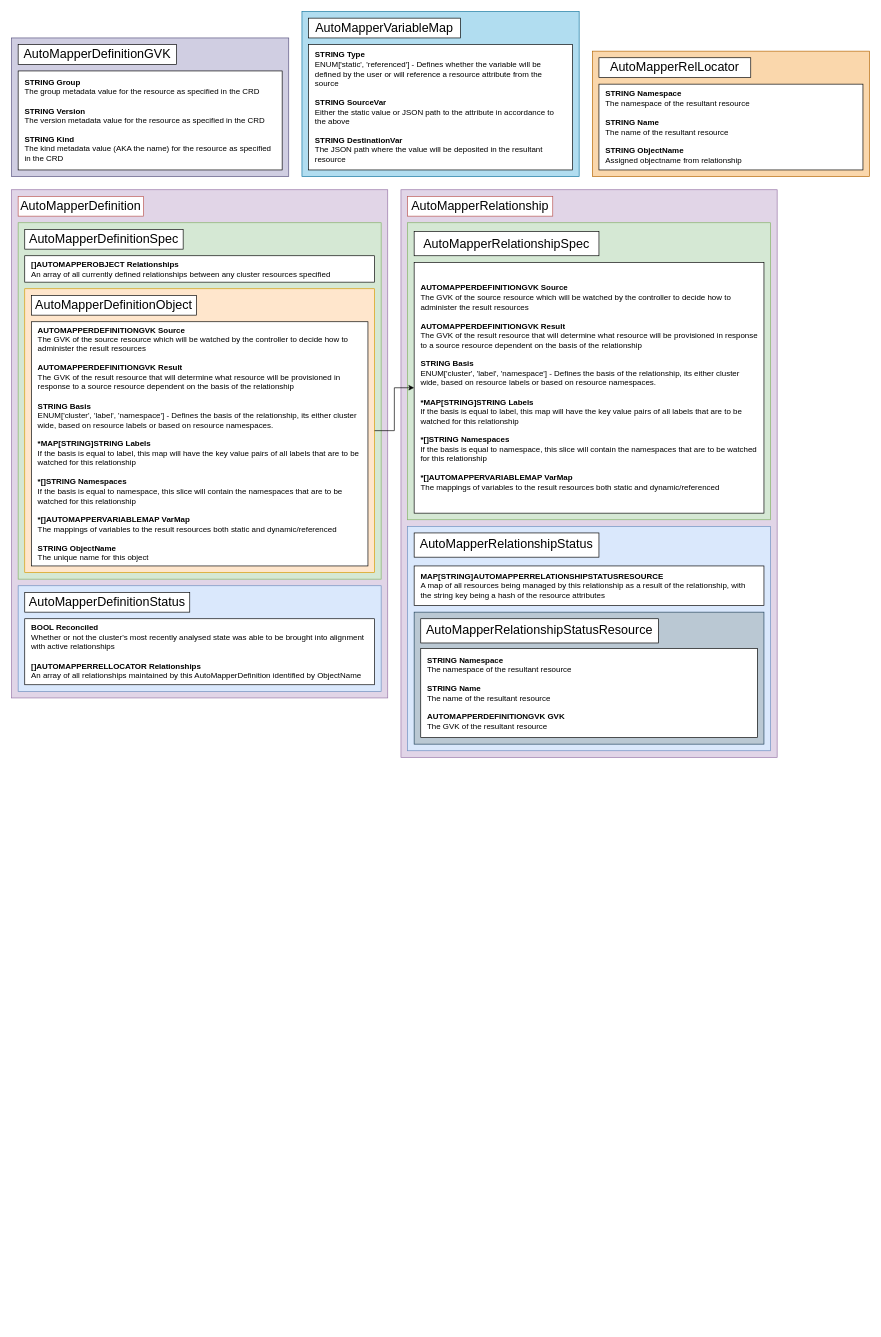
Earlier version of the draw.io diagram lazy/lazyOperator.drawio (DanielTardelli/lazyOperator). Source tidied: cells renumbered, new cells numbered last; positions are measured from the earlier drawing's top-left corner, leaving out a move shared by most shapes. Both pictures are drawn from the tidied source at 66%, with x=0, y=0 at pixel (11, 11).
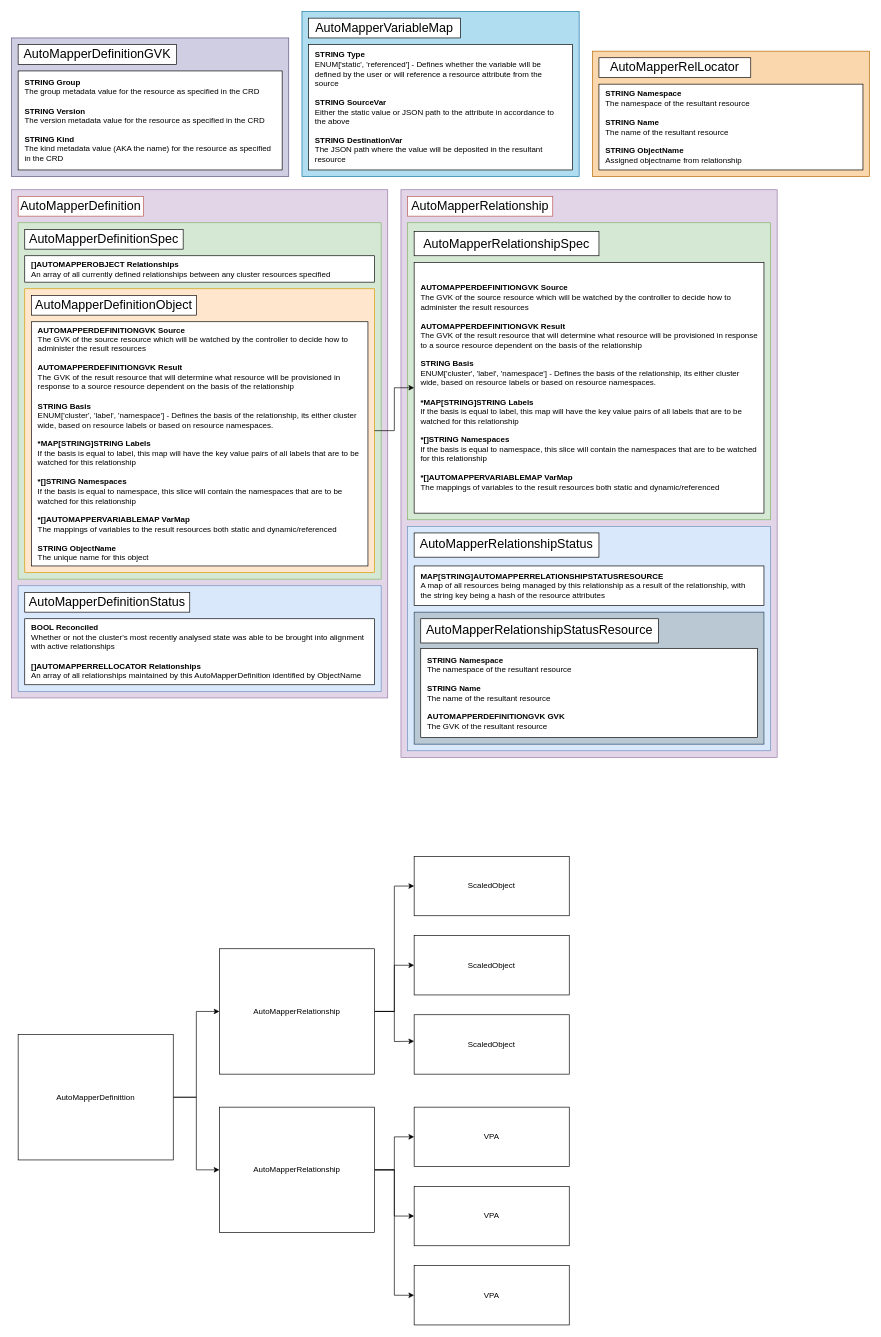
The same diagram, later.

Commit message:
added an argocd overview of how the resources would look

The edit, as a diff of the source:
```diff
@@
+    <mxCell id="41" style="edgeStyle=orthogonalEdgeStyle;rounded=0;jettySize=auto;html=1;entryX=0;entryY=0.5;entryDx=0;entryDy=0;" parent="1" edge="1" source="43" target="47">
+      <mxGeometry relative="1" as="geometry" />
+    </mxCell>
+    <mxCell id="42" style="edgeStyle=orthogonalEdgeStyle;rounded=0;jettySize=auto;html=1;" parent="1" edge="1" source="43" target="51">
+      <mxGeometry relative="1" as="geometry" />
+    </mxCell>
+    <mxCell id="43" value="AutoMapperDefinittion" style="rounded=0;whiteSpace=wrap;html=1;" parent="1" vertex="1">
+      <mxGeometry x="10" y="1550" width="235" height="190" as="geometry" />
+    </mxCell>
+    <mxCell id="44" style="edgeStyle=orthogonalEdgeStyle;rounded=0;jettySize=auto;html=1;" parent="1" edge="1" source="47">
+      <mxGeometry relative="1" as="geometry">
+        <mxPoint x="610" y="1560.1" as="targetPoint" />
+      </mxGeometry>
+    </mxCell>
+    <mxCell id="45" style="edgeStyle=orthogonalEdgeStyle;rounded=0;jettySize=auto;html=1;entryX=0;entryY=0.5;entryDx=0;entryDy=0;" parent="1" edge="1" source="47" target="52">
+      <mxGeometry relative="1" as="geometry" />
+    </mxCell>
+    <mxCell id="46" style="edgeStyle=orthogonalEdgeStyle;rounded=0;jettySize=auto;html=1;entryX=0;entryY=0.5;entryDx=0;entryDy=0;" parent="1" edge="1" source="47" target="53">
+      <mxGeometry relative="1" as="geometry" />
+    </mxCell>
+    <mxCell id="47" value="AutoMapperRelationship" style="rounded=0;whiteSpace=wrap;html=1;" parent="1" vertex="1">
+      <mxGeometry x="315" y="1420" width="235" height="190" as="geometry" />
+    </mxCell>
+    <mxCell id="48" style="edgeStyle=orthogonalEdgeStyle;rounded=0;jettySize=auto;html=1;entryX=0;entryY=0.5;entryDx=0;entryDy=0;" parent="1" edge="1" source="51" target="55">
+      <mxGeometry relative="1" as="geometry" />
+    </mxCell>
+    <mxCell id="49" style="edgeStyle=orthogonalEdgeStyle;rounded=0;jettySize=auto;html=1;entryX=0;entryY=0.5;entryDx=0;entryDy=0;" parent="1" edge="1" source="51" target="57">
+      <mxGeometry relative="1" as="geometry" />
+    </mxCell>
+    <mxCell id="50" style="edgeStyle=orthogonalEdgeStyle;rounded=0;jettySize=auto;html=1;entryX=0;entryY=0.5;entryDx=0;entryDy=0;" parent="1" edge="1" source="51" target="56">
+      <mxGeometry relative="1" as="geometry" />
+    </mxCell>
+    <mxCell id="51" value="AutoMapperRelationship" style="rounded=0;whiteSpace=wrap;html=1;" parent="1" vertex="1">
+      <mxGeometry x="315" y="1660" width="235" height="190" as="geometry" />
+    </mxCell>
+    <mxCell id="52" value="ScaledObject" style="rounded=0;whiteSpace=wrap;html=1;" parent="1" vertex="1">
+      <mxGeometry x="610" y="1400" width="235" height="90" as="geometry" />
+    </mxCell>
+    <mxCell id="53" value="ScaledObject" style="rounded=0;whiteSpace=wrap;html=1;" parent="1" vertex="1">
+      <mxGeometry x="610" y="1280" width="235" height="90" as="geometry" />
+    </mxCell>
+    <mxCell id="54" value="ScaledObject" style="rounded=0;whiteSpace=wrap;html=1;" parent="1" vertex="1">
+      <mxGeometry x="610" y="1520" width="235" height="90" as="geometry" />
+    </mxCell>
+    <mxCell id="55" value="VPA" style="rounded=0;whiteSpace=wrap;html=1;" parent="1" vertex="1">
+      <mxGeometry x="610" y="1660" width="235" height="90" as="geometry" />
+    </mxCell>
+    <mxCell id="56" value="VPA" style="rounded=0;whiteSpace=wrap;html=1;" parent="1" vertex="1">
+      <mxGeometry x="610" y="1900" width="235" height="90" as="geometry" />
+    </mxCell>
+    <mxCell id="57" value="VPA" style="rounded=0;whiteSpace=wrap;html=1;" parent="1" vertex="1">
+      <mxGeometry x="610" y="1780" width="235" height="90" as="geometry" />
+    </mxCell>
```
